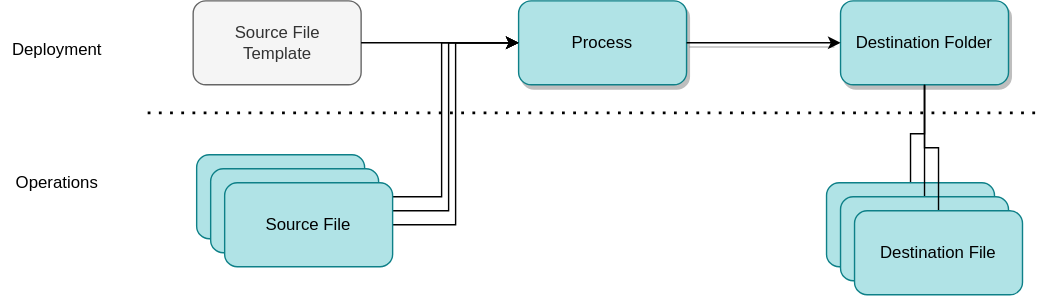
This is site/docs/features/lineage-management/operational-lineage-files-no-process-instances-destination-folder-linkage.svg from odpi/egeria-docs, a draw.io export, as it was before one commit. Source tidied: cells renumbered, new cells last; positions are measured from the earlier drawing's top-left corner, leaving out a move shared by most shapes.
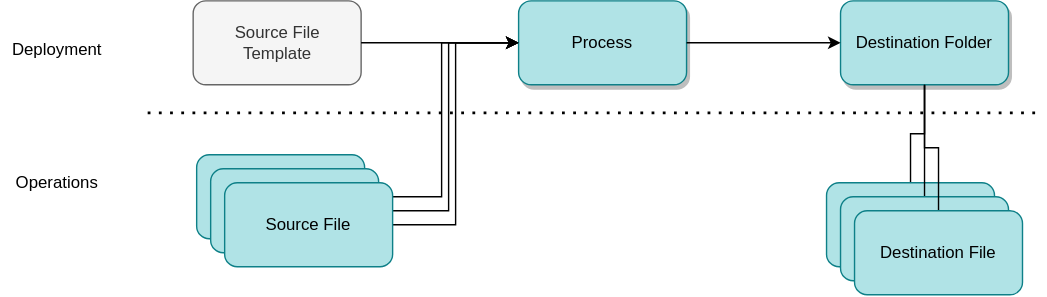
Above is the later version.

Diff of the diagram source:
```diff
@@ -17,7 +17,7 @@
     <mxCell id="6" value="Destination Folder" style="rounded=1;whiteSpace=wrap;html=1;fillColor=#b0e3e6;strokeColor=#0e8088;shadow=1;" parent="1" vertex="1">
       <mxGeometry x="600" width="120" height="60" as="geometry" />
     </mxCell>
-    <mxCell id="7" style="edgeStyle=orthogonalEdgeStyle;rounded=0;jettySize=auto;html=1;entryX=0;entryY=0.5;entryDx=0;entryDy=0;startArrow=none;startFill=0;exitX=1;exitY=0.5;exitDx=0;exitDy=0;shadow=1;" parent="1" edge="1" source="4" target="6">
+    <mxCell id="7" style="edgeStyle=orthogonalEdgeStyle;rounded=0;jettySize=auto;html=1;entryX=0;entryY=0.5;entryDx=0;entryDy=0;startArrow=none;startFill=0;exitX=1;exitY=0.5;exitDx=0;exitDy=0;shadow=0;" parent="1" edge="1" source="4" target="6">
       <mxGeometry relative="1" as="geometry" />
     </mxCell>
     <mxCell id="8" value="Destination File" style="rounded=1;whiteSpace=wrap;html=1;fillColor=#b0e3e6;strokeColor=#0e8088;" parent="1" vertex="1">
```
